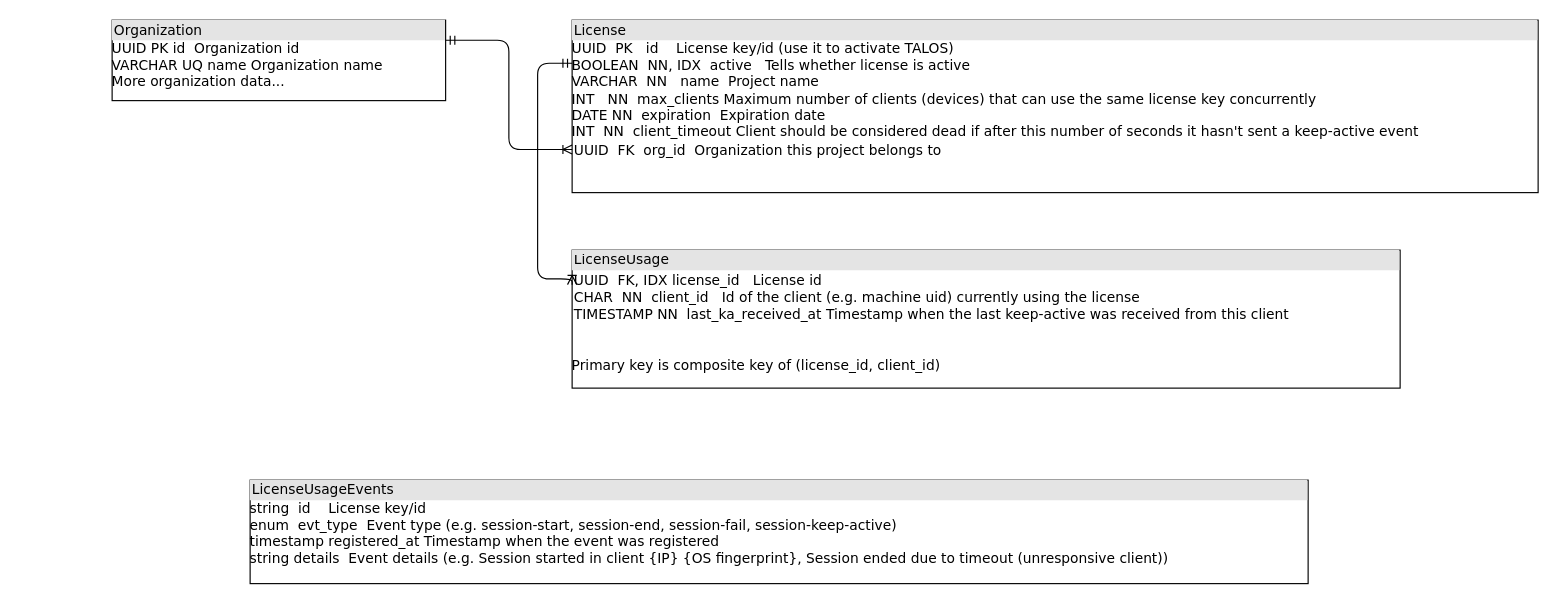
Above: backend/licensing/licensing-relational.drawio in BladimirOrihuela-Hexaware/Talos-Help (draw.io), before the change. Source tidied: cells renumbered, new cells numbered last; positions are measured from the earlier drawing's top-left corner, leaving out a move shared by most shapes. Both pictures are drawn from the tidied source at 115%, with x=0, y=0 at pixel (112, 20).
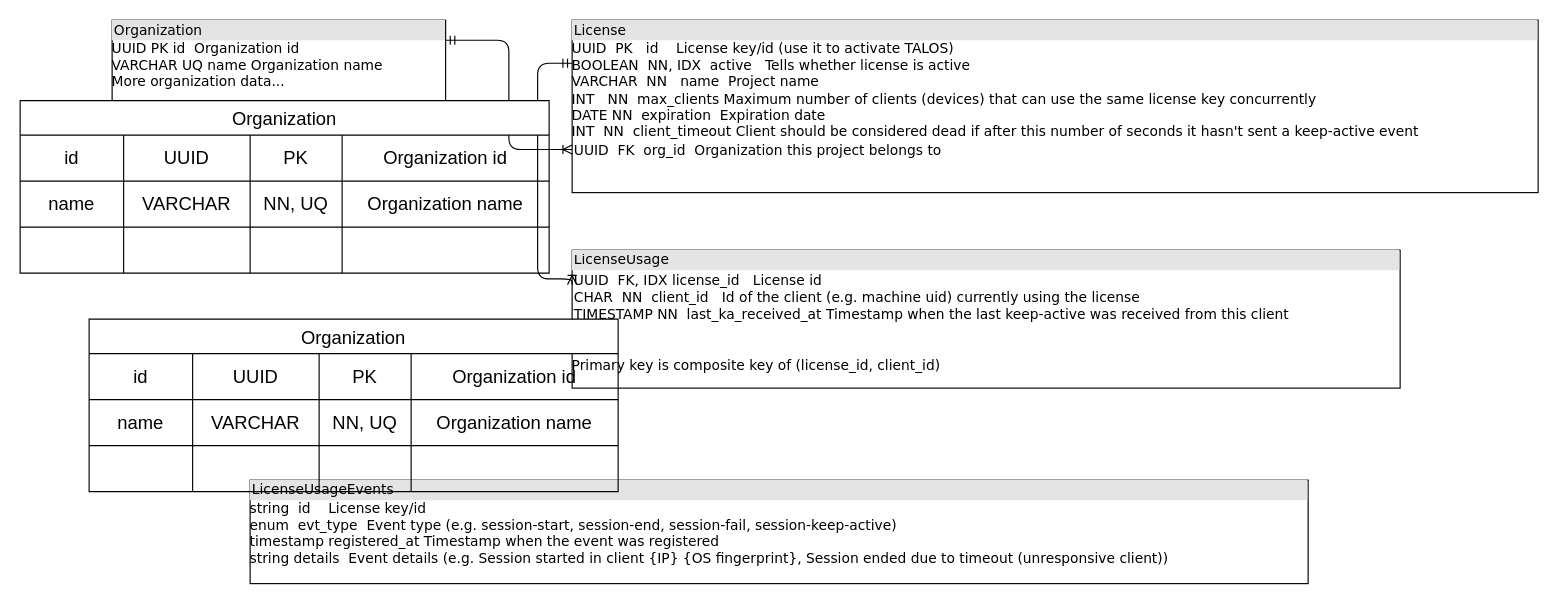
The same diagram, later.

Diff of the diagram source:
```diff
@@
+    <mxCell id="8" value="Organization" style="shape=table;startSize=30;childLayout=tableLayout;strokeColor=default;fontSize=16;" parent="1" vertex="1">
+      <mxGeometry x="-80" y="70" width="460" height="150" as="geometry" />
+    </mxCell>
+    <mxCell id="9" style="shape=tableRow;horizontal=0;startSize=0;swimlaneHead=0;swimlaneBody=0;strokeColor=inherit;top=0;left=0;bottom=0;right=0;fillColor=none;fontSize=16;" parent="8" vertex="1">
+      <mxGeometry y="30" width="460" height="40" as="geometry" />
+    </mxCell>
+    <mxCell id="10" value="id" style="shape=partialRectangle;html=1;whiteSpace=wrap;strokeColor=inherit;overflow=hidden;fillColor=none;top=0;left=0;bottom=0;right=0;fontSize=16;" parent="9" vertex="1">
+      <mxGeometry width="90" height="40" as="geometry" />
+    </mxCell>
+    <mxCell id="11" value="UUID" style="shape=partialRectangle;html=1;whiteSpace=wrap;strokeColor=inherit;overflow=hidden;fillColor=none;top=0;left=0;bottom=0;right=0;fontSize=16;" parent="9" vertex="1">
+      <mxGeometry x="90" width="110" height="40" as="geometry" />
+    </mxCell>
+    <mxCell id="12" value="PK" style="shape=partialRectangle;html=1;whiteSpace=wrap;strokeColor=inherit;overflow=hidden;fillColor=none;top=0;left=0;bottom=0;right=0;fontSize=16;" parent="9" vertex="1">
+      <mxGeometry x="200" width="80" height="40" as="geometry" />
+    </mxCell>
+    <mxCell id="13" value="Organization id" style="shape=partialRectangle;html=1;whiteSpace=wrap;strokeColor=inherit;overflow=hidden;fillColor=none;top=0;left=0;bottom=0;right=0;fontSize=16;" parent="9" vertex="1">
+      <mxGeometry x="280" width="180" height="40" as="geometry" />
+    </mxCell>
+    <mxCell id="14" style="shape=tableRow;horizontal=0;startSize=0;swimlaneHead=0;swimlaneBody=0;strokeColor=inherit;top=0;left=0;bottom=0;right=0;fillColor=none;fontSize=16;" parent="8" vertex="1">
+      <mxGeometry y="70" width="460" height="40" as="geometry" />
+    </mxCell>
+    <mxCell id="15" value="name" style="shape=partialRectangle;html=1;whiteSpace=wrap;strokeColor=inherit;overflow=hidden;fillColor=none;top=0;left=0;bottom=0;right=0;fontSize=16;" parent="14" vertex="1">
+      <mxGeometry width="90" height="40" as="geometry" />
+    </mxCell>
+    <mxCell id="16" value="VARCHAR" style="shape=partialRectangle;html=1;whiteSpace=wrap;strokeColor=inherit;overflow=hidden;fillColor=none;top=0;left=0;bottom=0;right=0;fontSize=16;" parent="14" vertex="1">
+      <mxGeometry x="90" width="110" height="40" as="geometry" />
+    </mxCell>
+    <mxCell id="17" value="NN, UQ" style="shape=partialRectangle;html=1;whiteSpace=wrap;strokeColor=inherit;overflow=hidden;fillColor=none;top=0;left=0;bottom=0;right=0;fontSize=16;" parent="14" vertex="1">
+      <mxGeometry x="200" width="80" height="40" as="geometry" />
+    </mxCell>
+    <mxCell id="18" value="Organization name" style="shape=partialRectangle;html=1;whiteSpace=wrap;strokeColor=inherit;overflow=hidden;fillColor=none;top=0;left=0;bottom=0;right=0;fontSize=16;" parent="14" vertex="1">
+      <mxGeometry x="280" width="180" height="40" as="geometry" />
+    </mxCell>
+    <mxCell id="19" style="shape=tableRow;horizontal=0;startSize=0;swimlaneHead=0;swimlaneBody=0;strokeColor=inherit;top=0;left=0;bottom=0;right=0;fillColor=none;fontSize=16;" parent="8" vertex="1">
+      <mxGeometry y="110" width="460" height="40" as="geometry" />
+    </mxCell>
+    <mxCell id="20" style="shape=partialRectangle;html=1;whiteSpace=wrap;strokeColor=inherit;overflow=hidden;fillColor=none;top=0;left=0;bottom=0;right=0;fontSize=16;" parent="19" vertex="1">
+      <mxGeometry width="90" height="40" as="geometry" />
+    </mxCell>
+    <mxCell id="21" style="shape=partialRectangle;html=1;whiteSpace=wrap;strokeColor=inherit;overflow=hidden;fillColor=none;top=0;left=0;bottom=0;right=0;fontSize=16;" parent="19" vertex="1">
+      <mxGeometry x="90" width="110" height="40" as="geometry" />
+    </mxCell>
+    <mxCell id="22" style="shape=partialRectangle;html=1;whiteSpace=wrap;strokeColor=inherit;overflow=hidden;fillColor=none;top=0;left=0;bottom=0;right=0;fontSize=16;" parent="19" vertex="1">
+      <mxGeometry x="200" width="80" height="40" as="geometry" />
+    </mxCell>
+    <mxCell id="23" style="shape=partialRectangle;html=1;whiteSpace=wrap;strokeColor=inherit;overflow=hidden;fillColor=none;top=0;left=0;bottom=0;right=0;fontSize=16;" parent="19" vertex="1">
+      <mxGeometry x="280" width="180" height="40" as="geometry" />
+    </mxCell>
+    <mxCell id="24" value="Organization" style="shape=table;startSize=30;childLayout=tableLayout;strokeColor=default;fontSize=16;" parent="1" vertex="1">
+      <mxGeometry x="-20" y="260" width="460" height="150" as="geometry" />
+    </mxCell>
+    <mxCell id="25" style="shape=tableRow;horizontal=0;startSize=0;swimlaneHead=0;swimlaneBody=0;strokeColor=inherit;top=0;left=0;bottom=0;right=0;fillColor=none;fontSize=16;" parent="24" vertex="1">
+      <mxGeometry y="30" width="460" height="40" as="geometry" />
+    </mxCell>
+    <mxCell id="26" value="id" style="shape=partialRectangle;html=1;whiteSpace=wrap;strokeColor=inherit;overflow=hidden;fillColor=none;top=0;left=0;bottom=0;right=0;fontSize=16;" parent="25" vertex="1">
+      <mxGeometry width="90" height="40" as="geometry" />
+    </mxCell>
+    <mxCell id="27" value="UUID" style="shape=partialRectangle;html=1;whiteSpace=wrap;strokeColor=inherit;overflow=hidden;fillColor=none;top=0;left=0;bottom=0;right=0;fontSize=16;" parent="25" vertex="1">
+      <mxGeometry x="90" width="110" height="40" as="geometry" />
+    </mxCell>
+    <mxCell id="28" value="PK" style="shape=partialRectangle;html=1;whiteSpace=wrap;strokeColor=inherit;overflow=hidden;fillColor=none;top=0;left=0;bottom=0;right=0;fontSize=16;" parent="25" vertex="1">
+      <mxGeometry x="200" width="80" height="40" as="geometry" />
+    </mxCell>
+    <mxCell id="29" value="Organization id" style="shape=partialRectangle;html=1;whiteSpace=wrap;strokeColor=inherit;overflow=hidden;fillColor=none;top=0;left=0;bottom=0;right=0;fontSize=16;" parent="25" vertex="1">
+      <mxGeometry x="280" width="180" height="40" as="geometry" />
+    </mxCell>
+    <mxCell id="30" style="shape=tableRow;horizontal=0;startSize=0;swimlaneHead=0;swimlaneBody=0;strokeColor=inherit;top=0;left=0;bottom=0;right=0;fillColor=none;fontSize=16;" parent="24" vertex="1">
+      <mxGeometry y="70" width="460" height="40" as="geometry" />
+    </mxCell>
+    <mxCell id="31" value="name" style="shape=partialRectangle;html=1;whiteSpace=wrap;strokeColor=inherit;overflow=hidden;fillColor=none;top=0;left=0;bottom=0;right=0;fontSize=16;" parent="30" vertex="1">
+      <mxGeometry width="90" height="40" as="geometry" />
+    </mxCell>
+    <mxCell id="32" value="VARCHAR" style="shape=partialRectangle;html=1;whiteSpace=wrap;strokeColor=inherit;overflow=hidden;fillColor=none;top=0;left=0;bottom=0;right=0;fontSize=16;" parent="30" vertex="1">
+      <mxGeometry x="90" width="110" height="40" as="geometry" />
+    </mxCell>
+    <mxCell id="33" value="NN, UQ" style="shape=partialRectangle;html=1;whiteSpace=wrap;strokeColor=inherit;overflow=hidden;fillColor=none;top=0;left=0;bottom=0;right=0;fontSize=16;" parent="30" vertex="1">
+      <mxGeometry x="200" width="80" height="40" as="geometry" />
+    </mxCell>
+    <mxCell id="34" value="Organization name" style="shape=partialRectangle;html=1;whiteSpace=wrap;strokeColor=inherit;overflow=hidden;fillColor=none;top=0;left=0;bottom=0;right=0;fontSize=16;" parent="30" vertex="1">
+      <mxGeometry x="280" width="180" height="40" as="geometry" />
+    </mxCell>
+    <mxCell id="35" style="shape=tableRow;horizontal=0;startSize=0;swimlaneHead=0;swimlaneBody=0;strokeColor=inherit;top=0;left=0;bottom=0;right=0;fillColor=none;fontSize=16;" parent="24" vertex="1">
+      <mxGeometry y="110" width="460" height="40" as="geometry" />
+    </mxCell>
+    <mxCell id="36" style="shape=partialRectangle;html=1;whiteSpace=wrap;strokeColor=inherit;overflow=hidden;fillColor=none;top=0;left=0;bottom=0;right=0;fontSize=16;" parent="35" vertex="1">
+      <mxGeometry width="90" height="40" as="geometry" />
+    </mxCell>
+    <mxCell id="37" style="shape=partialRectangle;html=1;whiteSpace=wrap;strokeColor=inherit;overflow=hidden;fillColor=none;top=0;left=0;bottom=0;right=0;fontSize=16;" parent="35" vertex="1">
+      <mxGeometry x="90" width="110" height="40" as="geometry" />
+    </mxCell>
+    <mxCell id="38" style="shape=partialRectangle;html=1;whiteSpace=wrap;strokeColor=inherit;overflow=hidden;fillColor=none;top=0;left=0;bottom=0;right=0;fontSize=16;" parent="35" vertex="1">
+      <mxGeometry x="200" width="80" height="40" as="geometry" />
+    </mxCell>
+    <mxCell id="39" style="shape=partialRectangle;html=1;whiteSpace=wrap;strokeColor=inherit;overflow=hidden;fillColor=none;top=0;left=0;bottom=0;right=0;fontSize=16;" parent="35" vertex="1">
+      <mxGeometry x="280" width="180" height="40" as="geometry" />
+    </mxCell>
```
